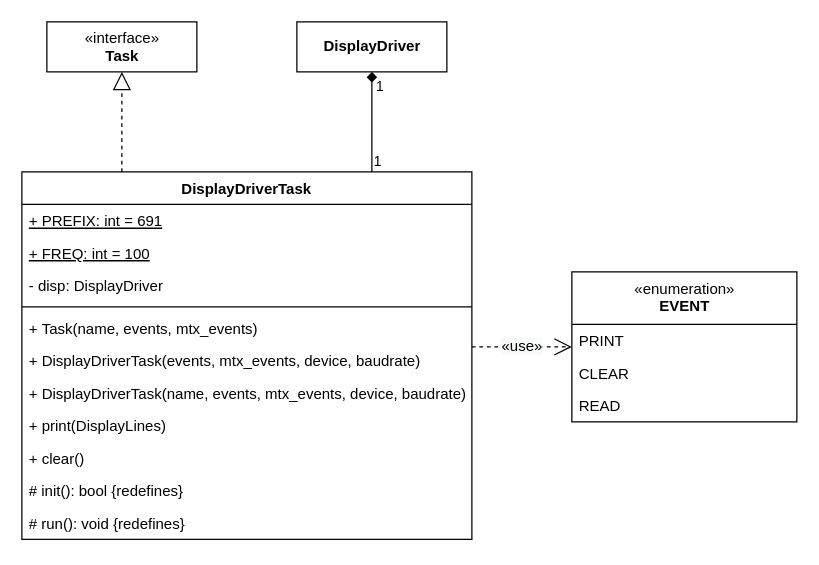
The draw.io diagram assets/diagrams/DisplayDriverTask.drawio in martinandrovich/esd-stationbox, before the edit. Source tidied: cells renumbered, new cells numbered last; positions are measured from the earlier drawing's top-left corner, leaving out a move shared by most shapes. Both pictures are drawn from the tidied source at 125%, with x=0, y=0 at pixel (21, 21).
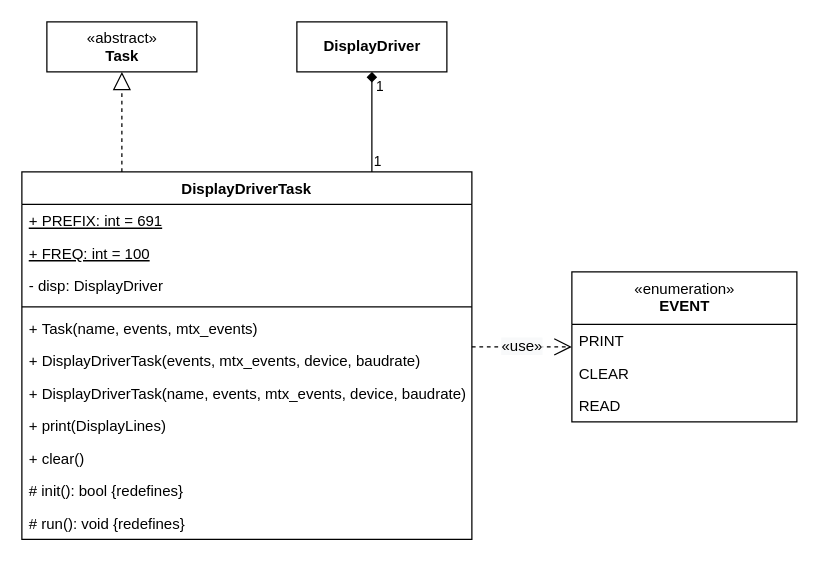
The same page after the edit.

The edit, as a diff of the source:
```diff
@@
-    <mxCell id="18" value="«interface»&lt;br&gt;&lt;b&gt;Task&lt;/b&gt;" style="html=1;" parent="1" vertex="1">
+    <mxCell id="18" value="«abstract»&lt;br&gt;&lt;b&gt;Task&lt;/b&gt;" style="html=1;" parent="1" vertex="1">
       <mxGeometry x="20" width="120" height="40" as="geometry" />
     </mxCell>
```
